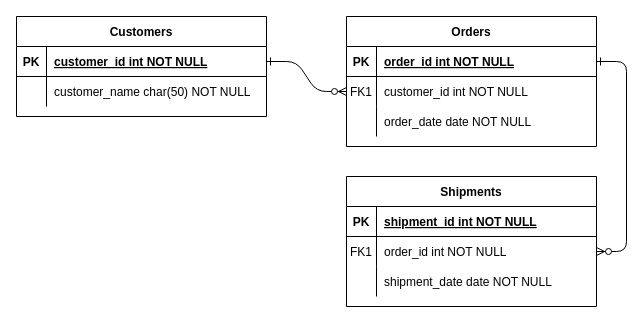
The draw.io diagram 未命名绘图.drawio in QingyangZeng-121/dat, before the edit. Source tidied: cells renumbered, new cells numbered last; positions are measured from the earlier drawing's top-left corner, leaving out a move shared by most shapes. Both pictures are drawn from the tidied source at 100%, with x=0, y=0 at pixel (16, 16).
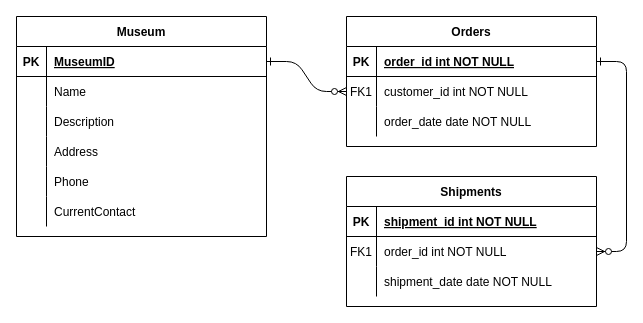
Above is the later version.

Commit message (it also covers changes not shown here):
更新未命名绘图.drawio

The change refers to these unchanged cells:
```xml
<mxCell id="25" style="shape=partialRectangle;fillColor=none;points=[[0,0.5],[1,0.5]];portConstraint=eastwest;top=0;left=0;right=0;bottom=1;" parent="24" vertex="1">
  <mxGeometry y="30" width="250" height="30" as="geometry" />
</mxCell>
<mxCell id="28" style="shape=partialRectangle;fillColor=none;top=0;left=0;right=0;bottom=0;" parent="24" vertex="1">
  <mxGeometry y="60" width="250" height="30" as="geometry" />
</mxCell>
```

Change to the diagram source:
```diff
@@
-    <mxCell id="24" value="Customers" style="shape=table;startSize=30;childLayout=tableLayout;rowLines=0;fontStyle=1;align=center;" parent="1" vertex="1">
-      <mxGeometry width="250" height="100" as="geometry" />
+    <mxCell id="24" value="Museum" style="shape=table;startSize=30;childLayout=tableLayout;rowLines=0;fontStyle=1;align=center;" parent="1" vertex="1">
+      <mxGeometry width="250" height="220" as="geometry" />
     </mxCell>
@@
-    <mxCell id="27" value="customer_id int NOT NULL " style="shape=partialRectangle;overflow=hidden;fillColor=none;top=0;left=0;bottom=0;right=0;align=left;spacingLeft=6;fontStyle=5;" parent="25" vertex="1">
+    <mxCell id="27" value="MuseumID" style="shape=partialRectangle;overflow=hidden;fillColor=none;top=0;left=0;bottom=0;right=0;align=left;spacingLeft=6;fontStyle=5;" parent="25" vertex="1">
       <mxGeometry x="30" width="220" height="30" as="geometry" />
     </mxCell>
@@
-    <mxCell id="30" value="customer_name char(50) NOT NULL" style="shape=partialRectangle;overflow=hidden;fillColor=none;top=0;left=0;bottom=0;right=0;align=left;spacingLeft=6;" parent="28" vertex="1">
+    <mxCell id="30" value="Name" style="shape=partialRectangle;overflow=hidden;fillColor=none;top=0;left=0;bottom=0;right=0;align=left;spacingLeft=6;" parent="28" vertex="1">
       <mxGeometry x="30" width="220" height="30" as="geometry" />
     </mxCell>
+    <mxCell id="31" style="shape=partialRectangle;fillColor=none;top=0;left=0;right=0;bottom=0;" parent="24" vertex="1">
+      <mxGeometry y="90" width="250" height="30" as="geometry" />
+    </mxCell>
+    <mxCell id="32" style="shape=partialRectangle;overflow=hidden;fillColor=none;top=0;left=0;bottom=0;right=0;" parent="31" vertex="1">
+      <mxGeometry width="30" height="30" as="geometry" />
+    </mxCell>
+    <mxCell id="33" value="Description" style="shape=partialRectangle;overflow=hidden;fillColor=none;top=0;left=0;bottom=0;right=0;align=left;spacingLeft=6;" parent="31" vertex="1">
+      <mxGeometry x="30" width="220" height="30" as="geometry" />
+    </mxCell>
+    <mxCell id="34" style="shape=partialRectangle;fillColor=none;top=0;left=0;right=0;bottom=0;" parent="24" vertex="1">
+      <mxGeometry y="120" width="250" height="30" as="geometry" />
+    </mxCell>
+    <mxCell id="35" style="shape=partialRectangle;overflow=hidden;fillColor=none;top=0;left=0;bottom=0;right=0;" parent="34" vertex="1">
+      <mxGeometry width="30" height="30" as="geometry" />
+    </mxCell>
+    <mxCell id="36" value="Address" style="shape=partialRectangle;overflow=hidden;fillColor=none;top=0;left=0;bottom=0;right=0;align=left;spacingLeft=6;" parent="34" vertex="1">
+      <mxGeometry x="30" width="220" height="30" as="geometry" />
+    </mxCell>
+    <mxCell id="37" style="shape=partialRectangle;fillColor=none;top=0;left=0;right=0;bottom=0;" parent="24" vertex="1">
+      <mxGeometry y="150" width="250" height="30" as="geometry" />
+    </mxCell>
+    <mxCell id="38" style="shape=partialRectangle;overflow=hidden;fillColor=none;top=0;left=0;bottom=0;right=0;" parent="37" vertex="1">
+      <mxGeometry width="30" height="30" as="geometry" />
+    </mxCell>
+    <mxCell id="39" value="Phone " style="shape=partialRectangle;overflow=hidden;fillColor=none;top=0;left=0;bottom=0;right=0;align=left;spacingLeft=6;" parent="37" vertex="1">
+      <mxGeometry x="30" width="220" height="30" as="geometry" />
+    </mxCell>
+    <mxCell id="40" style="shape=partialRectangle;fillColor=none;top=0;left=0;right=0;bottom=0;" parent="24" vertex="1">
+      <mxGeometry y="180" width="250" height="30" as="geometry" />
+    </mxCell>
+    <mxCell id="41" style="shape=partialRectangle;overflow=hidden;fillColor=none;top=0;left=0;bottom=0;right=0;" parent="40" vertex="1">
+      <mxGeometry width="30" height="30" as="geometry" />
+    </mxCell>
+    <mxCell id="42" value="CurrentContact" style="shape=partialRectangle;overflow=hidden;fillColor=none;top=0;left=0;bottom=0;right=0;align=left;spacingLeft=6;" parent="40" vertex="1">
+      <mxGeometry x="30" width="220" height="30" as="geometry" />
+    </mxCell>
```
